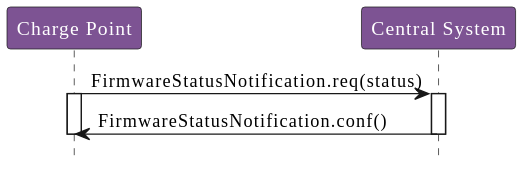
This is OCPP_1.6/images/figure_16.svg from phoi5675/ocpp-markdown, a PlantUML export, as it was before one commit.
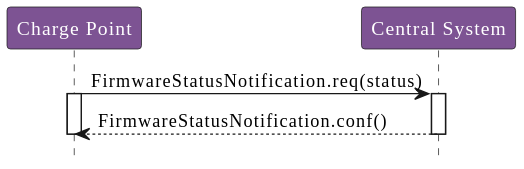
The same file after the commit.

Diff of the diagram source:
```diff
@@ -5,12 +5,10 @@
 participant "Central System" as CentralSystem
 
 ChargePoint -> CentralSystem : FirmwareStatusNotification.req(status)
-
 activate ChargePoint
 activate CentralSystem
 
-CentralSystem -> ChargePoint : FirmwareStatusNotification.conf()
-
+CentralSystem --> ChargePoint : FirmwareStatusNotification.conf()
 deactivate CentralSystem
 deactivate ChargePoint
 @enduml
```
